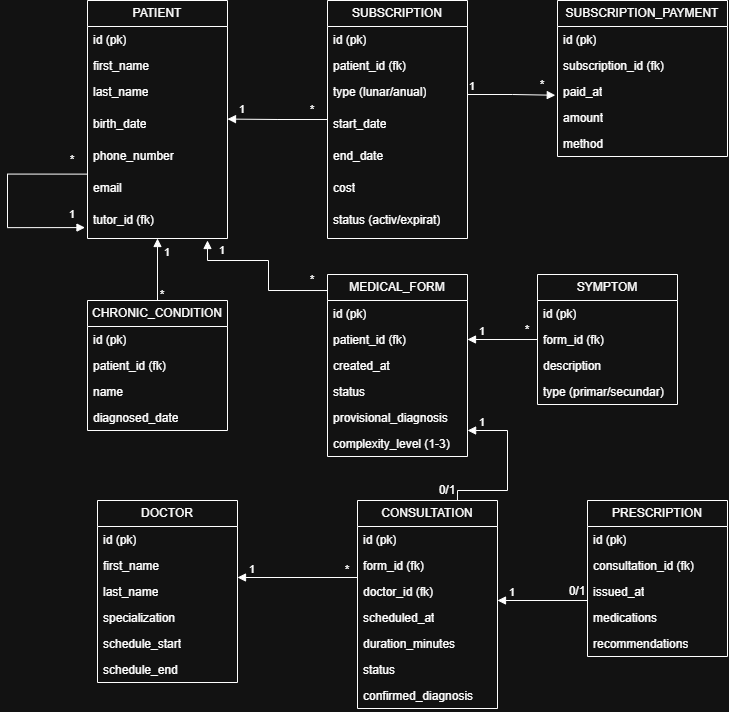
The draw.io diagram diagrama.drawio.png in sara-giulia/Proiect_PSGBD, before a commit. Source tidied: cells renumbered, new cells last; positions are measured from the earlier drawing's top-left corner, leaving out a move shared by most shapes.
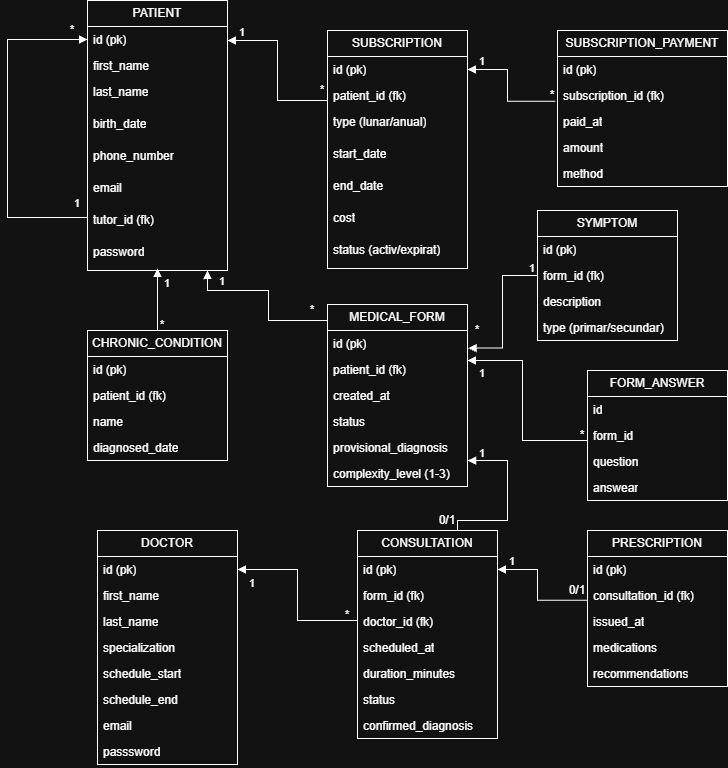
After the commit.

Diff of the diagram source:
```diff
@@ -3,7 +3,7 @@
     <mxCell id="0" />
     <mxCell id="1" parent="0" />
     <mxCell id="2" value="PATIENT" style="swimlane;fontStyle=0;horizontal=1;startSize=26;fillColor=none;whiteSpace=wrap;html=1;" parent="1" vertex="1">
-      <mxGeometry x="80" width="140" height="238" as="geometry" />
+      <mxGeometry x="80" y="-30" width="140" height="270" as="geometry" />
     </mxCell>
     <mxCell id="3" value="id (pk)" style="text;strokeColor=none;fillColor=none;align=left;verticalAlign=top;spacingLeft=4;spacingRight=4;overflow=hidden;points=[[0,0.5],[1,0.5]];portConstraint=eastwest;whiteSpace=wrap;html=1;" parent="2" vertex="1">
       <mxGeometry y="26" width="140" height="26" as="geometry" />
@@ -26,6 +26,9 @@
     <mxCell id="9" value="tutor_id (fk)" style="text;strokeColor=none;fillColor=none;align=left;verticalAlign=top;spacingLeft=4;spacingRight=4;overflow=hidden;points=[[0,0.5],[1,0.5]];portConstraint=eastwest;whiteSpace=wrap;html=1;" parent="2" vertex="1">
       <mxGeometry y="206" width="140" height="32" as="geometry" />
     </mxCell>
+    <mxCell id="89" value="password" style="text;strokeColor=none;fillColor=none;align=left;verticalAlign=top;spacingLeft=4;spacingRight=4;overflow=hidden;whiteSpace=wrap;html=1;" parent="2" vertex="1">
+      <mxGeometry y="238" width="140" height="32" as="geometry" />
+    </mxCell>
     <mxCell id="10" value="SUBSCRIPTION" style="swimlane;fontStyle=0;horizontal=1;startSize=26;fillColor=none;whiteSpace=wrap;html=1;" parent="1" vertex="1">
       <mxGeometry x="320" width="140" height="238" as="geometry" />
     </mxCell>
@@ -105,7 +108,7 @@
       <mxGeometry y="156" width="140" height="26" as="geometry" />
     </mxCell>
     <mxCell id="36" value="SYMPTOM" style="swimlane;fontStyle=0;horizontal=1;startSize=26;fillColor=none;whiteSpace=wrap;html=1;" parent="1" vertex="1">
-      <mxGeometry x="530" y="274" width="140" height="130" as="geometry" />
+      <mxGeometry x="530" y="180" width="140" height="130" as="geometry" />
     </mxCell>
     <mxCell id="37" value="id (pk)" style="text;strokeColor=none;fillColor=none;align=left;verticalAlign=top;spacingLeft=4;spacingRight=4;overflow=hidden;whiteSpace=wrap;html=1;" parent="36" vertex="1">
       <mxGeometry y="26" width="140" height="26" as="geometry" />
@@ -120,7 +123,7 @@
       <mxGeometry y="104" width="140" height="26" as="geometry" />
     </mxCell>
     <mxCell id="41" value="DOCTOR" style="swimlane;fontStyle=0;horizontal=1;startSize=26;fillColor=none;whiteSpace=wrap;html=1;" parent="1" vertex="1">
-      <mxGeometry x="90" y="500" width="140" height="182" as="geometry" />
+      <mxGeometry x="90" y="500" width="140" height="234" as="geometry" />
     </mxCell>
     <mxCell id="42" value="id (pk)" style="text;strokeColor=none;fillColor=none;align=left;verticalAlign=top;spacingLeft=4;spacingRight=4;overflow=hidden;points=[[0,0.5],[1,0.5]];portConstraint=eastwest;whiteSpace=wrap;html=1;" parent="41" vertex="1">
       <mxGeometry y="26" width="140" height="26" as="geometry" />
@@ -140,6 +143,12 @@
     <mxCell id="47" value="schedule_end" style="text;strokeColor=none;fillColor=none;align=left;verticalAlign=top;spacingLeft=4;spacingRight=4;overflow=hidden;whiteSpace=wrap;html=1;" parent="41" vertex="1">
       <mxGeometry y="156" width="140" height="26" as="geometry" />
     </mxCell>
+    <mxCell id="90" value="email" style="text;strokeColor=none;fillColor=none;align=left;verticalAlign=top;spacingLeft=4;spacingRight=4;overflow=hidden;whiteSpace=wrap;html=1;" parent="41" vertex="1">
+      <mxGeometry y="182" width="140" height="26" as="geometry" />
+    </mxCell>
+    <mxCell id="91" value="passsword" style="text;strokeColor=none;fillColor=none;align=left;verticalAlign=top;spacingLeft=4;spacingRight=4;overflow=hidden;whiteSpace=wrap;html=1;" parent="41" vertex="1">
+      <mxGeometry y="208" width="140" height="26" as="geometry" />
+    </mxCell>
     <mxCell id="48" value="CONSULTATION" style="swimlane;fontStyle=0;horizontal=1;startSize=26;fillColor=none;whiteSpace=wrap;html=1;" parent="1" vertex="1">
       <mxGeometry x="350" y="500" width="140" height="208" as="geometry" />
     </mxCell>
@@ -184,17 +193,21 @@
     </mxCell>
     <mxCell id="62" style="endArrow=block;endFill=1;html=1;edgeStyle=orthogonalEdgeStyle;align=left;verticalAlign=top;rounded=0;" parent="1" edge="1">
       <mxGeometry x="-1" relative="1" as="geometry">
-        <mxPoint x="320" y="119" as="sourcePoint" />
-        <mxPoint x="220" y="118.6" as="targetPoint" />
+        <mxPoint x="320" y="70" as="sourcePoint" />
+        <mxPoint x="220" y="10" as="targetPoint" />
+        <Array as="points">
+          <mxPoint x="270" y="70" />
+          <mxPoint x="270" y="10" />
+        </Array>
       </mxGeometry>
     </mxCell>
     <mxCell id="63" value="1" style="edgeLabel;html=1;align=left;verticalAlign=bottom;" parent="62" vertex="1">
       <mxGeometry x="-1" relative="1" as="geometry">
-        <mxPoint x="-90" y="-2" as="offset" />
+        <mxPoint x="-90" y="-61" as="offset" />
       </mxGeometry>
     </mxCell>
     <mxCell id="64" value="*" style="text;html=1;whiteSpace=wrap;strokeColor=none;fillColor=none;align=center;verticalAlign=middle;rounded=0;" parent="1" vertex="1">
-      <mxGeometry x="300" y="100" width="10" height="20" as="geometry" />
+      <mxGeometry x="310" y="50" width="10" height="20" as="geometry" />
     </mxCell>
     <mxCell id="65" style="endArrow=block;endFill=1;html=1;edgeStyle=orthogonalEdgeStyle;align=left;verticalAlign=top;rounded=0;entryX=0.5;entryY=0;entryDx=0;entryDy=0;exitX=0.5;exitY=0;exitDx=0;exitDy=0;" parent="1" edge="1" source="24">
       <mxGeometry x="-1" relative="1" as="geometry">
@@ -227,42 +240,36 @@
     <mxCell id="70" value="*" style="text;html=1;whiteSpace=wrap;strokeColor=none;fillColor=none;align=center;verticalAlign=middle;rounded=0;" parent="1" vertex="1">
       <mxGeometry x="300" y="270" width="10" height="20" as="geometry" />
     </mxCell>
-    <mxCell id="71" style="endArrow=block;endFill=1;html=1;edgeStyle=orthogonalEdgeStyle;align=left;verticalAlign=top;rounded=0;entryX=-0.018;entryY=0.659;entryDx=0;entryDy=0;entryPerimeter=0;" parent="1" edge="1" target="9">
+    <mxCell id="71" style="endArrow=block;endFill=1;html=1;edgeStyle=orthogonalEdgeStyle;align=left;verticalAlign=top;rounded=0;entryX=0;entryY=0.5;entryDx=0;entryDy=0;" parent="1" edge="1" target="3">
       <mxGeometry x="-1" relative="1" as="geometry">
-        <mxPoint x="80" y="173.6" as="sourcePoint" />
+        <mxPoint x="80" y="187" as="sourcePoint" />
         <Array as="points">
-          <mxPoint y="174" />
-          <mxPoint y="227" />
+          <mxPoint y="187" />
+          <mxPoint y="9" />
         </Array>
       </mxGeometry>
     </mxCell>
     <mxCell id="72" value="1" style="edgeLabel;html=1;align=left;verticalAlign=bottom;" parent="71" vertex="1">
       <mxGeometry x="-1" relative="1" as="geometry">
-        <mxPoint x="-20" y="48" as="offset" />
+        <mxPoint x="-15" y="-7" as="offset" />
       </mxGeometry>
     </mxCell>
     <mxCell id="73" value="*" style="text;html=1;whiteSpace=wrap;strokeColor=none;fillColor=none;align=center;verticalAlign=middle;rounded=0;" parent="1" vertex="1">
-      <mxGeometry x="50" y="150" width="30" height="20" as="geometry" />
+      <mxGeometry x="50" y="-10" width="30" height="20" as="geometry" />
     </mxCell>
-    <mxCell id="74" style="endArrow=block;endFill=1;html=1;edgeStyle=orthogonalEdgeStyle;align=left;verticalAlign=top;rounded=0;exitX=1;exitY=0.5;exitDx=0;exitDy=0;entryX=-0.013;entryY=0.644;entryDx=0;entryDy=0;entryPerimeter=0;" parent="1" edge="1" source="13" target="21">
-      <mxGeometry x="-1" relative="1" as="geometry" />
-    </mxCell>
-    <mxCell id="75" value="1" style="edgeLabel;html=1;align=left;verticalAlign=bottom;" parent="74" vertex="1">
-      <mxGeometry x="-1" relative="1" as="geometry" />
-    </mxCell>
     <mxCell id="76" value="*" style="text;html=1;whiteSpace=wrap;strokeColor=none;fillColor=none;align=center;verticalAlign=middle;rounded=0;" parent="1" vertex="1">
-      <mxGeometry x="530" y="80" width="10" height="10" as="geometry" />
+      <mxGeometry x="540" y="60" width="10" height="10" as="geometry" />
     </mxCell>
-    <mxCell id="77" style="endArrow=block;endFill=1;html=1;edgeStyle=orthogonalEdgeStyle;align=left;verticalAlign=top;rounded=0;exitX=0;exitY=0.5;exitDx=0;exitDy=0;" parent="1" edge="1" source="38" target="31">
+    <mxCell id="77" style="endArrow=block;endFill=1;html=1;edgeStyle=orthogonalEdgeStyle;align=left;verticalAlign=top;rounded=0;exitX=0;exitY=0.5;exitDx=0;exitDy=0;entryX=1.005;entryY=0.677;entryDx=0;entryDy=0;entryPerimeter=0;" parent="1" edge="1" source="38" target="30">
       <mxGeometry x="-1" relative="1" as="geometry" />
     </mxCell>
     <mxCell id="78" value="1" style="edgeLabel;html=1;align=left;verticalAlign=bottom;" parent="77" vertex="1">
       <mxGeometry x="-1" relative="1" as="geometry">
-        <mxPoint x="-60" as="offset" />
+        <mxPoint x="-10" as="offset" />
       </mxGeometry>
     </mxCell>
     <mxCell id="79" value="*" style="text;html=1;whiteSpace=wrap;strokeColor=none;fillColor=none;align=center;verticalAlign=middle;rounded=0;" parent="1" vertex="1">
-      <mxGeometry x="510" y="320" width="20" height="20" as="geometry" />
+      <mxGeometry x="460" y="290" width="20" height="20" as="geometry" />
     </mxCell>
     <mxCell id="80" style="endArrow=block;endFill=1;html=1;edgeStyle=orthogonalEdgeStyle;align=left;verticalAlign=top;rounded=0;entryX=0.858;entryY=1.086;entryDx=0;entryDy=0;entryPerimeter=0;exitX=0.714;exitY=0;exitDx=0;exitDy=0;exitPerimeter=0;" parent="1" edge="1" source="48">
       <mxGeometry x="-1" relative="1" as="geometry">
@@ -282,33 +289,85 @@
     <mxCell id="82" value="0/1" style="text;html=1;whiteSpace=wrap;strokeColor=none;fillColor=none;align=center;verticalAlign=middle;rounded=0;" parent="1" vertex="1">
       <mxGeometry x="430" y="480" width="20" height="20" as="geometry" />
     </mxCell>
-    <mxCell id="83" style="endArrow=block;endFill=1;html=1;edgeStyle=orthogonalEdgeStyle;align=left;verticalAlign=top;rounded=0;" parent="1" edge="1">
+    <mxCell id="83" style="endArrow=block;endFill=1;html=1;edgeStyle=orthogonalEdgeStyle;align=left;verticalAlign=top;rounded=0;entryX=1;entryY=0.5;entryDx=0;entryDy=0;" parent="1" edge="1" target="42">
       <mxGeometry x="-1" relative="1" as="geometry">
-        <mxPoint x="350" y="577" as="sourcePoint" />
-        <mxPoint x="230" y="577" as="targetPoint" />
+        <mxPoint x="350" y="590" as="sourcePoint" />
+        <Array as="points">
+          <mxPoint x="290" y="590" />
+          <mxPoint x="290" y="539" />
+        </Array>
       </mxGeometry>
     </mxCell>
     <mxCell id="84" value="1" style="edgeLabel;html=1;align=left;verticalAlign=bottom;" parent="83" vertex="1">
       <mxGeometry x="-1" relative="1" as="geometry">
-        <mxPoint x="-110" as="offset" />
+        <mxPoint x="-110" y="-30" as="offset" />
       </mxGeometry>
     </mxCell>
     <mxCell id="85" value="*" style="text;html=1;whiteSpace=wrap;strokeColor=none;fillColor=none;align=center;verticalAlign=middle;rounded=0;" parent="1" vertex="1">
-      <mxGeometry x="330" y="565" width="20" height="10" as="geometry" />
+      <mxGeometry x="330" y="580" width="20" height="10" as="geometry" />
     </mxCell>
-    <mxCell id="86" style="endArrow=block;endFill=1;html=1;edgeStyle=orthogonalEdgeStyle;align=left;verticalAlign=top;rounded=0;" parent="1" edge="1">
+    <mxCell id="86" style="endArrow=block;endFill=1;html=1;edgeStyle=orthogonalEdgeStyle;align=left;verticalAlign=top;rounded=0;entryX=1;entryY=0.5;entryDx=0;entryDy=0;" parent="1" edge="1" target="49">
       <mxGeometry x="-1" relative="1" as="geometry">
-        <mxPoint x="580" y="600" as="sourcePoint" />
-        <mxPoint x="490" y="600" as="targetPoint" />
+        <mxPoint x="580" y="569.7" as="sourcePoint" />
+        <Array as="points">
+          <mxPoint x="530" y="570" />
+          <mxPoint x="530" y="539" />
+        </Array>
       </mxGeometry>
     </mxCell>
     <mxCell id="87" value="1" style="edgeLabel;html=1;align=left;verticalAlign=bottom;" parent="86" vertex="1">
       <mxGeometry x="-1" relative="1" as="geometry">
-        <mxPoint x="-80" as="offset" />
+        <mxPoint x="-80" y="-31" as="offset" />
       </mxGeometry>
     </mxCell>
     <mxCell id="88" value="0/1" style="text;html=1;whiteSpace=wrap;strokeColor=none;fillColor=none;align=center;verticalAlign=middle;rounded=0;" parent="1" vertex="1">
-      <mxGeometry x="560" y="586" width="20" height="10" as="geometry" />
+      <mxGeometry x="560" y="555" width="20" height="10" as="geometry" />
     </mxCell>
+    <mxCell id="74" style="endArrow=block;endFill=1;html=1;edgeStyle=orthogonalEdgeStyle;align=left;verticalAlign=top;rounded=0;exitX=-0.013;exitY=0.644;exitDx=0;exitDy=0;entryX=1;entryY=0.5;entryDx=0;entryDy=0;exitPerimeter=0;" parent="1" edge="1" target="11">
+      <mxGeometry x="-1" relative="1" as="geometry">
+        <mxPoint x="547.8" y="70.7" as="sourcePoint" />
+        <Array as="points">
+          <mxPoint x="500" y="71" />
+          <mxPoint x="500" y="39" />
+        </Array>
+      </mxGeometry>
+    </mxCell>
+    <mxCell id="75" value="1" style="edgeLabel;html=1;align=left;verticalAlign=bottom;" parent="74" vertex="1">
+      <mxGeometry x="-1" relative="1" as="geometry">
+        <mxPoint x="-78" y="-32" as="offset" />
+      </mxGeometry>
+    </mxCell>
+    <mxCell id="92" value="FORM_ANSWER" style="swimlane;fontStyle=0;horizontal=1;startSize=26;fillColor=none;whiteSpace=wrap;html=1;" parent="1" vertex="1">
+      <mxGeometry x="580" y="340" width="140" height="130" as="geometry" />
+    </mxCell>
+    <mxCell id="93" value="id" style="text;strokeColor=none;fillColor=none;align=left;verticalAlign=top;spacingLeft=4;spacingRight=4;overflow=hidden;whiteSpace=wrap;html=1;" parent="92" vertex="1">
+      <mxGeometry y="26" width="140" height="26" as="geometry" />
+    </mxCell>
+    <mxCell id="94" value="form_id" style="text;strokeColor=none;fillColor=none;align=left;verticalAlign=top;spacingLeft=4;spacingRight=4;overflow=hidden;points=[[0,0.5],[1,0.5]];portConstraint=eastwest;whiteSpace=wrap;html=1;" parent="92" vertex="1">
+      <mxGeometry y="52" width="140" height="26" as="geometry" />
+    </mxCell>
+    <mxCell id="95" value="question" style="text;strokeColor=none;fillColor=none;align=left;verticalAlign=top;spacingLeft=4;spacingRight=4;overflow=hidden;whiteSpace=wrap;html=1;" parent="92" vertex="1">
+      <mxGeometry y="78" width="140" height="26" as="geometry" />
+    </mxCell>
+    <mxCell id="96" value="answear" style="text;strokeColor=none;fillColor=none;align=left;verticalAlign=top;spacingLeft=4;spacingRight=4;overflow=hidden;whiteSpace=wrap;html=1;" parent="92" vertex="1">
+      <mxGeometry y="104" width="140" height="26" as="geometry" />
+    </mxCell>
+    <mxCell id="97" style="endArrow=block;endFill=1;html=1;edgeStyle=orthogonalEdgeStyle;align=left;verticalAlign=top;rounded=0;entryX=0;entryY=0.692;entryDx=0;entryDy=0;entryPerimeter=0;exitX=0;exitY=0.692;exitDx=0;exitDy=0;exitPerimeter=0;" parent="92" edge="1" source="94">
+      <mxGeometry x="-1" relative="1" as="geometry">
+        <mxPoint x="-120" y="-10" as="targetPoint" />
+        <Array as="points">
+          <mxPoint x="-65" y="70" />
+          <mxPoint x="-65" y="-10" />
+        </Array>
+      </mxGeometry>
+    </mxCell>
+    <mxCell id="98" value="1" style="edgeLabel;html=1;align=left;verticalAlign=bottom;" parent="97" vertex="1">
+      <mxGeometry x="-1" relative="1" as="geometry">
+        <mxPoint x="-110" y="-60" as="offset" />
+      </mxGeometry>
+    </mxCell>
+    <mxCell id="99" value="*" style="text;html=1;whiteSpace=wrap;strokeColor=none;fillColor=none;align=center;verticalAlign=middle;rounded=0;" parent="1" vertex="1">
+      <mxGeometry x="570" y="400" width="10" height="10" as="geometry" />
+    </mxCell>
   </root>
 </mxGraphModel>
```
